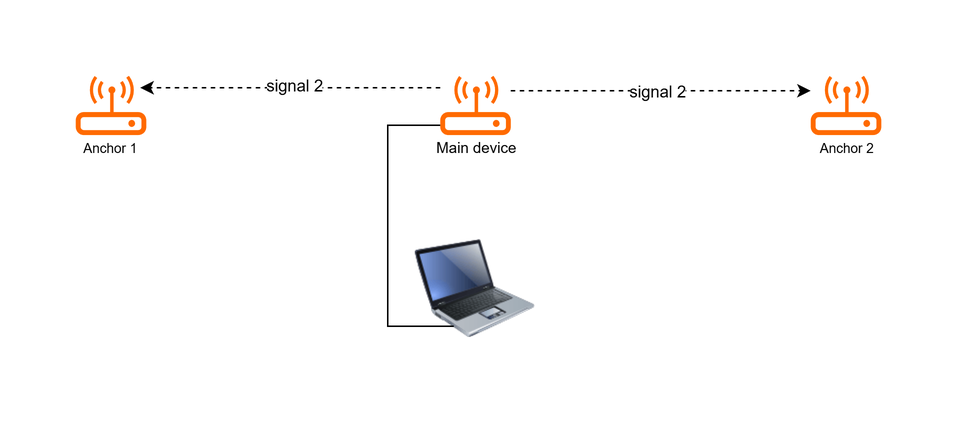
This is Lab6/presentation/transmitting signal 2.png from nemnogobread/graduation-project, a draw.io export, as it was before one commit. Source tidied: cells renumbered, new cells last; positions are measured from the earlier drawing's top-left corner, leaving out a move shared by most shapes.
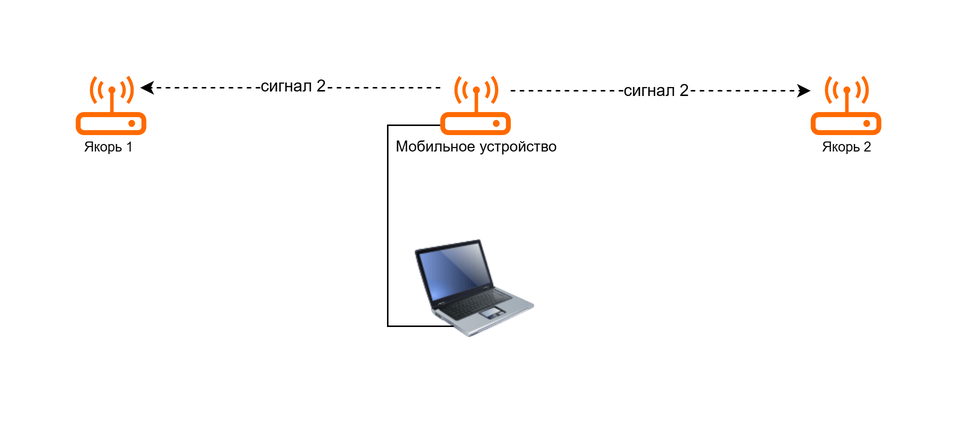
After the change.

Change to the diagram source:
```diff
@@ -22,7 +22,7 @@
         <mxPoint x="490" y="10" as="targetPoint" />
       </mxGeometry>
     </mxCell>
-    <mxCell id="7" value="signal 2" style="edgeLabel;html=1;align=center;verticalAlign=middle;" parent="6" vertex="1">
+    <mxCell id="7" value="сигнал 2" style="edgeLabel;html=1;align=center;verticalAlign=middle;" parent="6" vertex="1">
       <mxGeometry x="-0.03" relative="1" as="geometry" />
     </mxCell>
     <mxCell id="8" style="html=1;labelBackgroundColor=#ffffff;startArrow=none;startFill=0;startSize=6;endArrow=classic;endFill=1;endSize=6;jettySize=auto;orthogonalLoop=1;strokeWidth=1;dashed=1;fontSize=14;rounded=0;" parent="1" edge="1">
@@ -31,14 +31,11 @@
         <mxPoint x="43" y="8" as="targetPoint" />
       </mxGeometry>
     </mxCell>
-    <mxCell id="9" value="Text" style="edgeLabel;html=1;align=center;verticalAlign=middle;" parent="8" vertex="1">
+    <mxCell id="9" value="сигнал 2" style="edgeLabel;html=1;align=center;verticalAlign=middle;" parent="8" vertex="1">
       <mxGeometry x="-0.65" y="1" relative="1" as="geometry">
         <mxPoint x="-63" y="-2" as="offset" />
       </mxGeometry>
     </mxCell>
-    <mxCell id="10" value="signal 2" style="edgeLabel;html=1;align=center;verticalAlign=middle;" parent="8" vertex="1">
-      <mxGeometry x="-0.02" y="-2" relative="1" as="geometry" />
-    </mxCell>
     <mxCell id="11" style="endArrow=none;html=1;rounded=0;" parent="1" edge="1">
       <mxGeometry relative="1" as="geometry">
         <mxPoint x="243" y="33" as="sourcePoint" />
@@ -49,13 +46,13 @@
         </Array>
       </mxGeometry>
     </mxCell>
-    <mxCell id="12" value="&lt;font style=&quot;font-size: 9px;&quot;&gt;Anchor 1&lt;/font&gt;" style="edgeLabel;html=1;align=center;verticalAlign=middle;" parent="1" vertex="1">
+    <mxCell id="12" value="&lt;font style=&quot;font-size: 9px;&quot;&gt;Якорь 1&lt;/font&gt;" style="edgeLabel;html=1;align=center;verticalAlign=middle;" parent="1" vertex="1">
       <mxGeometry x="22" y="47" as="geometry" />
     </mxCell>
-    <mxCell id="13" value="&lt;font style=&quot;font-size: 10px;&quot;&gt;Main device&lt;/font&gt;" style="edgeLabel;html=1;align=center;verticalAlign=middle;" parent="1" vertex="1">
+    <mxCell id="13" value="&lt;span style=&quot;font-size: 10px;&quot;&gt;Мобильное устройство&lt;/span&gt;" style="edgeLabel;html=1;align=center;verticalAlign=middle;" parent="1" vertex="1">
       <mxGeometry x="266.6" y="47" as="geometry" />
     </mxCell>
-    <mxCell id="14" value="&lt;font style=&quot;font-size: 9px;&quot;&gt;Anchor 2&lt;/font&gt;" style="edgeLabel;html=1;align=center;verticalAlign=middle;" parent="1" vertex="1">
+    <mxCell id="14" value="&lt;font style=&quot;font-size: 9px;&quot;&gt;Якорь 2&lt;/font&gt;" style="edgeLabel;html=1;align=center;verticalAlign=middle;" parent="1" vertex="1">
       <mxGeometry x="513.6" y="47" as="geometry" />
     </mxCell>
   </root>
```
